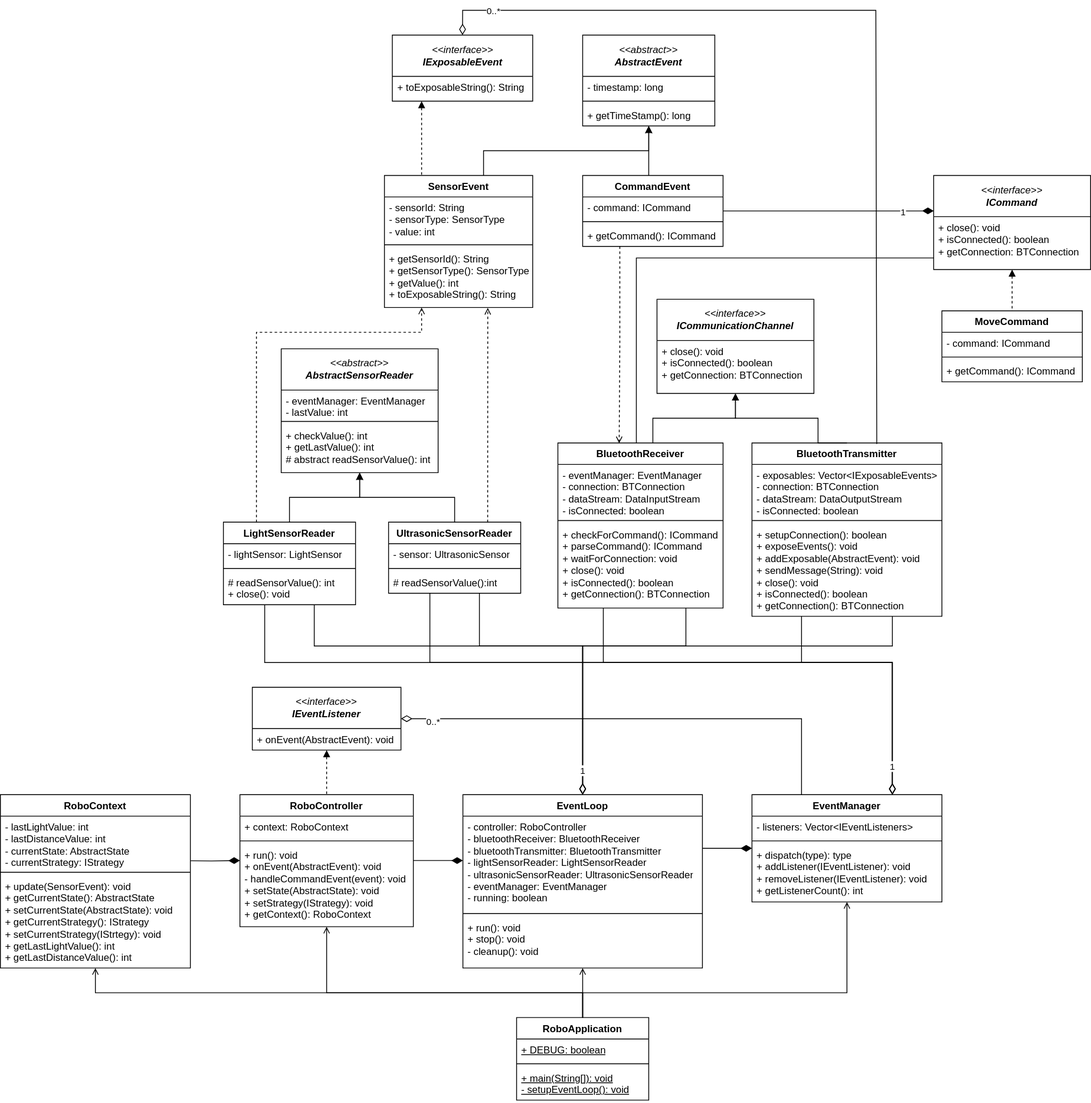
Earlier version of the draw.io export assets/diagrams/class-diagram/core-class-diagram.drawio.svg (fh-dualies/lejos-nxj-autonomous-robot). Source tidied: cells renumbered, new cells last; positions are measured from the earlier drawing's top-left corner, leaving out a move shared by most shapes.
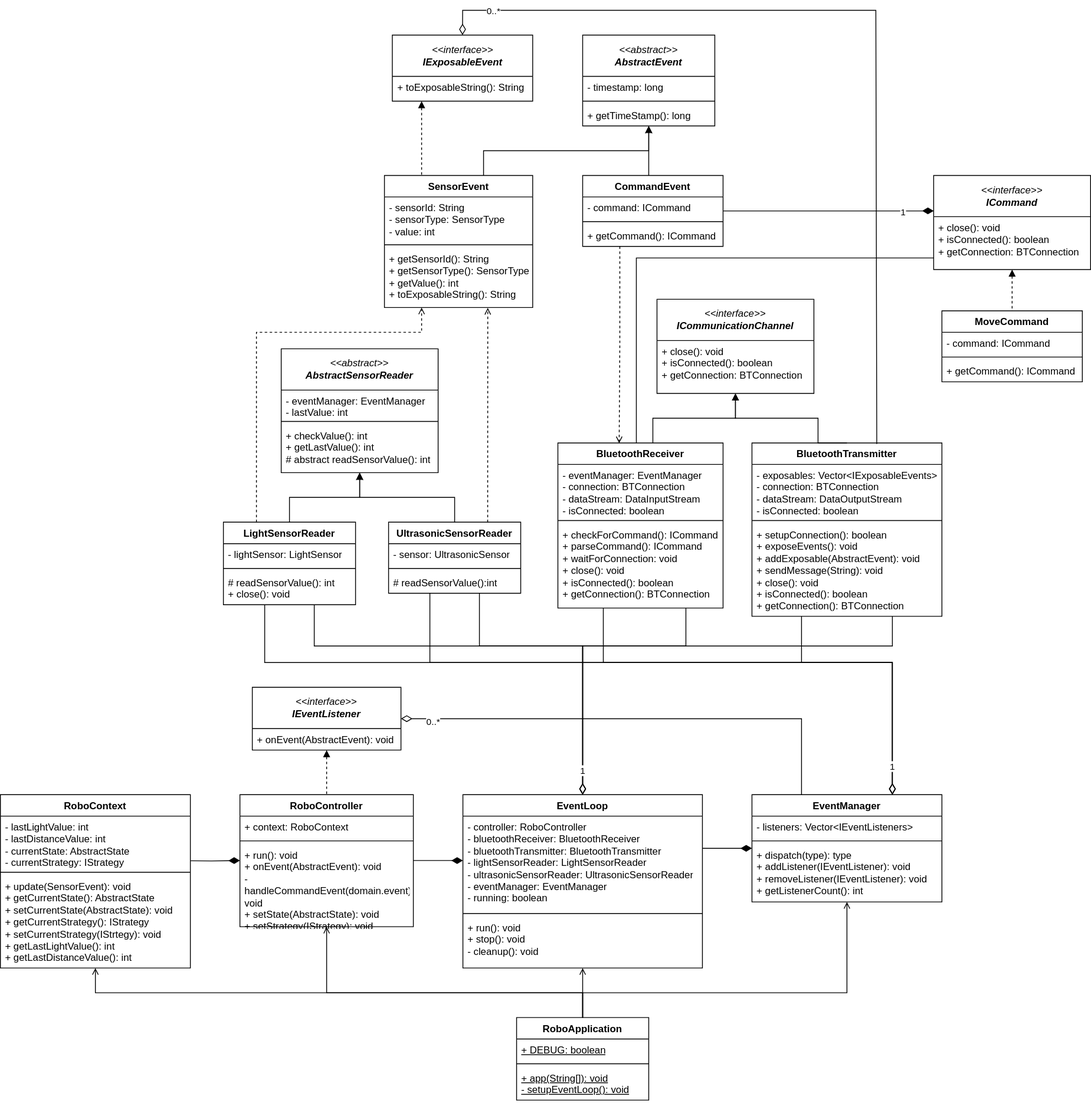
Above is the later version.

Change to the diagram source:
```diff
@@ -11,7 +11,7 @@
     <mxCell id="4" style="line;strokeWidth=1;fillColor=none;align=left;verticalAlign=middle;spacingTop=-1;spacingLeft=3;spacingRight=3;labelPosition=right;strokeColor=inherit;" parent="2" vertex="1">
       <mxGeometry y="52" width="160" height="8" as="geometry" />
     </mxCell>
-    <mxCell id="5" value="&lt;u&gt;+ main(String[]): void&lt;/u&gt;&lt;div&gt;&lt;u&gt;- setupEventLoop(): void&lt;/u&gt;&lt;/div&gt;" style="text;strokeColor=none;fillColor=none;align=left;verticalAlign=top;spacingLeft=4;spacingRight=4;overflow=hidden;whiteSpace=wrap;html=1;" parent="2" vertex="1">
+    <mxCell id="5" value="&lt;u&gt;+ app(String[]): void&lt;/u&gt;&lt;div&gt;&lt;u&gt;- setupEventLoop(): void&lt;/u&gt;&lt;/div&gt;" style="text;strokeColor=none;fillColor=none;align=left;verticalAlign=top;spacingLeft=4;spacingRight=4;overflow=hidden;whiteSpace=wrap;html=1;" parent="2" vertex="1">
       <mxGeometry y="60" width="160" height="40" as="geometry" />
     </mxCell>
     <mxCell id="6" style="edgeStyle=orthogonalEdgeStyle;rounded=0;orthogonalLoop=1;jettySize=auto;html=1;endArrow=none;startFill=1;endFill=1;startArrow=diamondThin;startSize=11;" parent="1" edge="1">
@@ -154,7 +154,7 @@
     <mxCell id="40" style="line;strokeWidth=1;fillColor=none;align=left;verticalAlign=middle;spacingTop=-1;spacingLeft=3;spacingRight=3;labelPosition=right;strokeColor=inherit;" parent="38" vertex="1">
       <mxGeometry y="52" width="210" height="8" as="geometry" />
     </mxCell>
-    <mxCell id="41" value="+ run(): void&lt;div&gt;+ onEvent(AbstractEvent): void&lt;/div&gt;&lt;div&gt;- handleCommandEvent(event): void&lt;/div&gt;&lt;div&gt;+ setState(AbstractState): void&lt;/div&gt;&lt;div&gt;+ setStrategy(IStrategy): void&lt;/div&gt;&lt;div&gt;+ getContext(): RoboContext&lt;/div&gt;" style="text;strokeColor=none;fillColor=none;align=left;verticalAlign=top;spacingLeft=4;spacingRight=4;overflow=hidden;whiteSpace=wrap;html=1;" parent="38" vertex="1">
+    <mxCell id="41" value="+ run(): void&lt;div&gt;+ onEvent(AbstractEvent): void&lt;/div&gt;&lt;div&gt;- handleCommandEvent(domain.event): void&lt;/div&gt;&lt;div&gt;+ setState(AbstractState): void&lt;/div&gt;&lt;div&gt;+ setStrategy(IStrategy): void&lt;/div&gt;&lt;div&gt;+ getContext(): RoboContext&lt;/div&gt;" style="text;strokeColor=none;fillColor=none;align=left;verticalAlign=top;spacingLeft=4;spacingRight=4;overflow=hidden;whiteSpace=wrap;html=1;" parent="38" vertex="1">
       <mxGeometry y="60" width="210" height="100" as="geometry" />
     </mxCell>
     <mxCell id="42" style="edgeStyle=orthogonalEdgeStyle;rounded=0;jettySize=auto;html=1;entryX=0.5;entryY=0;entryDx=0;entryDy=0;endArrow=none;startFill=1;startArrow=block;" parent="1" edge="1" source="43" target="49">
```
